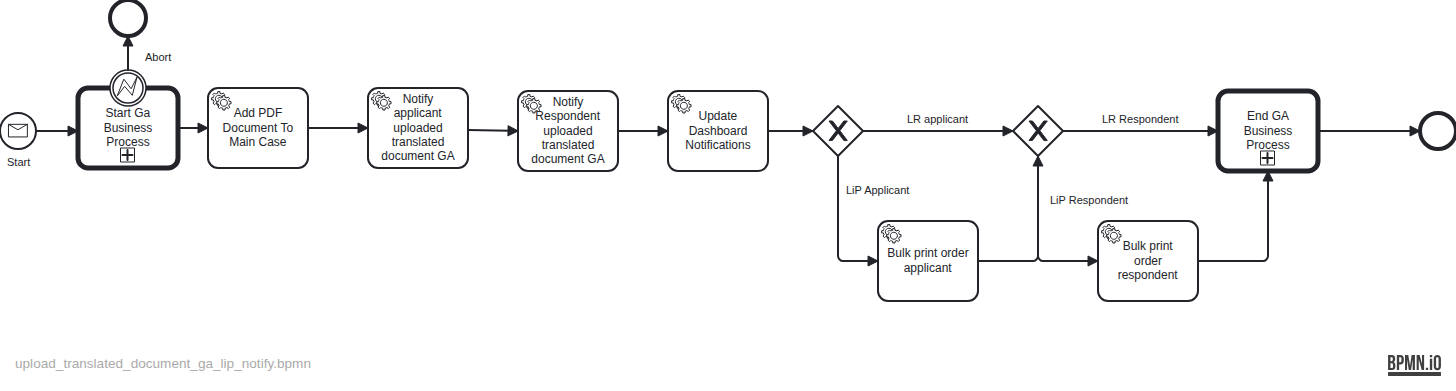
hmcts/civil-service keeps this BPMN diagram as docs/bpmn-diagrams/upload_translated_document_ga_lip_notify.png. Above is the earlier version. Its source is kept beside it as src/main/resources/camunda/upload_translated_document_ga_lip_notify.bpmn. Ids are renumbered.
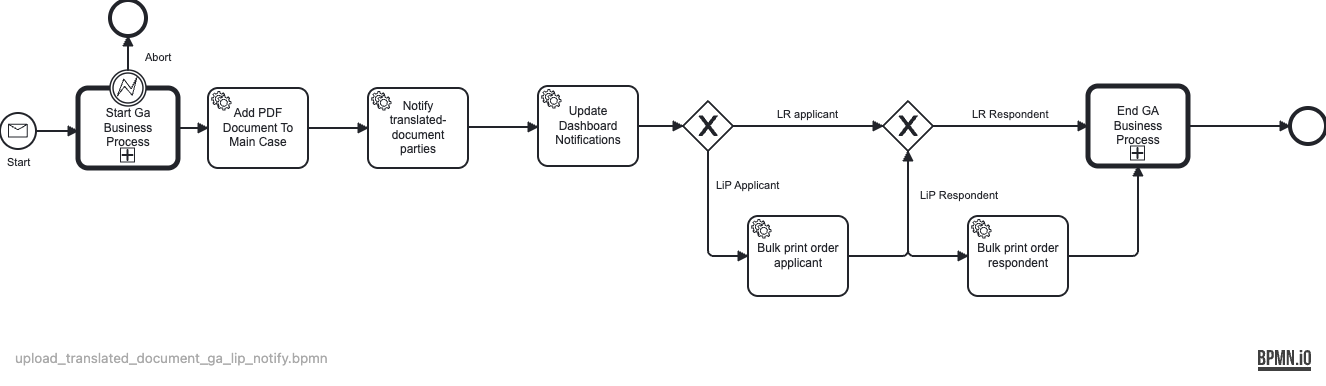
Later version of the same file.

Commit message:
Translated-document notifications

Diff of the diagram source:
```diff
@@ -1,4 +1,4 @@
-<bpmn:definitions xmlns:bpmn="http://www.omg.org/spec/BPMN/20100524/MODEL" xmlns:bpmndi="http://www.omg.org/spec/BPMN/20100524/DI" xmlns:dc="http://www.omg.org/spec/DD/20100524/DC" xmlns:camunda="http://camunda.org/schema/1.0/bpmn" xmlns:di="http://www.omg.org/spec/DD/20100524/DI" xmlns:xsi="http://www.w3.org/2001/XMLSchema-instance" id="Definitions_n1" targetNamespace="http://bpmn.io/schema/bpmn" exporter="Camunda Modeler" exporterVersion="5.41.0">
+<bpmn:definitions xmlns:bpmn="http://www.omg.org/spec/BPMN/20100524/MODEL" xmlns:bpmndi="http://www.omg.org/spec/BPMN/20100524/DI" xmlns:dc="http://www.omg.org/spec/DD/20100524/DC" xmlns:camunda="http://camunda.org/schema/1.0/bpmn" xmlns:di="http://www.omg.org/spec/DD/20100524/DI" xmlns:xsi="http://www.w3.org/2001/XMLSchema-instance" id="Definitions_n1" targetNamespace="http://bpmn.io/schema/bpmn" exporter="Camunda Modeler" exporterVersion="5.35.0">
   <bpmn:process id="UPLOAD_TRANSLATED_DOCUMENT_GA_LIP_ID" name="Upload translated document GA Lip" isExecutable="true" camunda:historyTimeToLive="P90D">
     <bpmn:startEvent id="StartEvent_1" name="Start">
       <bpmn:outgoing>Flow_n2</bpmn:outgoing>
@@ -32,23 +32,14 @@
     </bpmn:boundaryEvent>
     <bpmn:sequenceFlow id="Flow_n13" sourceRef="Event_n14" targetRef="Event_n12" />
     <bpmn:sequenceFlow id="Flow_n2" sourceRef="StartEvent_1" targetRef="Activity_n10" />
-    <bpmn:serviceTask id="NotifyTranslatedDocumentUploadedToRespondentGA" name="Notify Respondent uploaded translated document GA" camunda:type="external" camunda:topic="processExternalCaseEventGASpec">
+    <bpmn:serviceTask id="NotifyGaTranslatedDocumentUploaded" name="Notify translated-document parties" camunda:type="external" camunda:topic="processExternalCaseEventGASpec">
       <bpmn:extensionElements>
         <camunda:inputOutput>
-          <camunda:inputParameter name="caseEvent">NOTIFY_RESPONDENT_TRANSLATED_DOCUMENT_UPLOADED_GA</camunda:inputParameter>
-        </camunda:inputOutput>
-      </bpmn:extensionElements>
-      <bpmn:incoming>Flow_n16</bpmn:incoming>
-      <bpmn:outgoing>Flow_n17</bpmn:outgoing>
-    </bpmn:serviceTask>
-    <bpmn:serviceTask id="NotifyTranslatedDocumentUploadedToApplicantGA" name="Notify applicant uploaded translated document GA" camunda:type="external" camunda:topic="processExternalCaseEventGASpec">
-      <bpmn:extensionElements>
-        <camunda:inputOutput>
-          <camunda:inputParameter name="caseEvent">NOTIFY_APPLICANT_TRANSLATED_DOCUMENT_UPLOADED_GA</camunda:inputParameter>
+          <camunda:inputParameter name="caseEvent">NOTIFY_EVENT</camunda:inputParameter>
         </camunda:inputOutput>
       </bpmn:extensionElements>
       <bpmn:incoming>Flow_n18</bpmn:incoming>
-      <bpmn:outgoing>Flow_n16</bpmn:outgoing>
+      <bpmn:outgoing>Flow_n17</bpmn:outgoing>
     </bpmn:serviceTask>
     <bpmn:sequenceFlow id="Flow_n6" sourceRef="Activity_n7" targetRef="Event_n5" />
     <bpmn:serviceTask id="GenerateDashboardNotificationsGaTranslatedDocument" name="Update Dashboard Notifications" camunda:type="external" camunda:topic="gaDashboardNotifications">
@@ -70,10 +61,9 @@
       <bpmn:outgoing>Flow_n18</bpmn:outgoing>
     </bpmn:serviceTask>
     <bpmn:sequenceFlow id="Flow_n11" sourceRef="Activity_n10" targetRef="AddDocumentsToMainCaseID" />
-    <bpmn:sequenceFlow id="Flow_n18" sourceRef="AddDocumentsToMainCaseID" targetRef="NotifyTranslatedDocumentUploadedToApplicantGA" />
+    <bpmn:sequenceFlow id="Flow_n18" sourceRef="AddDocumentsToMainCaseID" targetRef="NotifyGaTranslatedDocumentUploaded" />
     <bpmn:sequenceFlow id="Flow_n19" sourceRef="GenerateDashboardNotificationsGaTranslatedDocument" targetRef="Gateway_n20" />
-    <bpmn:sequenceFlow id="Flow_n17" sourceRef="NotifyTranslatedDocumentUploadedToRespondentGA" targetRef="GenerateDashboardNotificationsGaTranslatedDocument" />
-    <bpmn:sequenceFlow id="Flow_n16" sourceRef="NotifyTranslatedDocumentUploadedToApplicantGA" targetRef="NotifyTranslatedDocumentUploadedToRespondentGA" />
+    <bpmn:sequenceFlow id="Flow_n17" sourceRef="NotifyGaTranslatedDocumentUploaded" targetRef="GenerateDashboardNotificationsGaTranslatedDocument" />
     <bpmn:exclusiveGateway id="Gateway_n20">
       <bpmn:incoming>Flow_n19</bpmn:incoming>
       <bpmn:outgoing>Flow_n21</bpmn:outgoing>
@@ -134,41 +124,37 @@
       <bpmndi:BPMNShape id="Event_n12_di" bpmnElement="Event_n12">
         <dc:Bounds x="262" y="79" width="36" height="36" />
       </bpmndi:BPMNShape>
-      <bpmndi:BPMNShape id="Activity_15wxp1o_di" bpmnElement="NotifyTranslatedDocumentUploadedToRespondentGA">
-        <dc:Bounds x="670" y="170" width="100" height="80" />
-        <bpmndi:BPMNLabel />
-      </bpmndi:BPMNShape>
-      <bpmndi:BPMNShape id="Activity_1up0lu9_di" bpmnElement="NotifyTranslatedDocumentUploadedToApplicantGA">
+      <bpmndi:BPMNShape id="Activity_1up0lu9_di" bpmnElement="NotifyGaTranslatedDocumentUploaded">
         <dc:Bounds x="520" y="167" width="100" height="80" />
-        <bpmndi:BPMNLabel />
-      </bpmndi:BPMNShape>
-      <bpmndi:BPMNShape id="Activity_0fr8sra_di" bpmnElement="GenerateDashboardNotificationsGaTranslatedDocument">
-        <dc:Bounds x="820" y="170" width="100" height="80" />
         <bpmndi:BPMNLabel />
       </bpmndi:BPMNShape>
       <bpmndi:BPMNShape id="BPMNShape_n27" bpmnElement="AddDocumentsToMainCaseID">
         <dc:Bounds x="360" y="167" width="100" height="80" />
       </bpmndi:BPMNShape>
       <bpmndi:BPMNShape id="Event_n5_di" bpmnElement="Event_n5">
-        <dc:Bounds x="1572" y="192" width="36" height="36" />
+        <dc:Bounds x="1442" y="187" width="36" height="36" />
       </bpmndi:BPMNShape>
       <bpmndi:BPMNShape id="Activity_14sbez9_di" bpmnElement="Activity_n7">
-        <dc:Bounds x="1370" y="170" width="100" height="80" />
+        <dc:Bounds x="1240" y="165" width="100" height="80" />
+        <bpmndi:BPMNLabel />
+      </bpmndi:BPMNShape>
+      <bpmndi:BPMNShape id="Activity_0fr8sra_di" bpmnElement="GenerateDashboardNotificationsGaTranslatedDocument">
+        <dc:Bounds x="690" y="165" width="100" height="80" />
+        <bpmndi:BPMNLabel />
+      </bpmndi:BPMNShape>
+      <bpmndi:BPMNShape id="Gateway_n20_di" bpmnElement="Gateway_n20" isMarkerVisible="true">
+        <dc:Bounds x="835" y="180" width="50" height="50" />
+      </bpmndi:BPMNShape>
+      <bpmndi:BPMNShape id="Activity_1gjfcvf_di" bpmnElement="BulkPrintOrderApplicant">
+        <dc:Bounds x="900" y="295" width="100" height="80" />
         <bpmndi:BPMNLabel />
       </bpmndi:BPMNShape>
       <bpmndi:BPMNShape id="Activity_0pwnstm_di" bpmnElement="BulkPrintOrderRespondent">
-        <dc:Bounds x="1250" y="300" width="100" height="80" />
+        <dc:Bounds x="1120" y="295" width="100" height="80" />
         <bpmndi:BPMNLabel />
       </bpmndi:BPMNShape>
       <bpmndi:BPMNShape id="Gateway_n23_di" bpmnElement="Gateway_n23" isMarkerVisible="true">
-        <dc:Bounds x="1165" y="185" width="50" height="50" />
-      </bpmndi:BPMNShape>
-      <bpmndi:BPMNShape id="Activity_1gjfcvf_di" bpmnElement="BulkPrintOrderApplicant">
-        <dc:Bounds x="1030" y="300" width="100" height="80" />
-        <bpmndi:BPMNLabel />
-      </bpmndi:BPMNShape>
-      <bpmndi:BPMNShape id="Gateway_n20_di" bpmnElement="Gateway_n20" isMarkerVisible="true">
-        <dc:Bounds x="965" y="185" width="50" height="50" />
+        <dc:Bounds x="1035" y="180" width="50" height="50" />
       </bpmndi:BPMNShape>
       <bpmndi:BPMNShape id="Event_n14_di" bpmnElement="Event_n14">
         <dc:Bounds x="262" y="149" width="36" height="36" />
@@ -192,60 +178,56 @@
         <di:waypoint x="460" y="207" />
         <di:waypoint x="520" y="207" />
       </bpmndi:BPMNEdge>
-      <bpmndi:BPMNEdge id="Flow_n19_di" bpmnElement="Flow_n19">
-        <di:waypoint x="920" y="210" />
-        <di:waypoint x="965" y="210" />
-      </bpmndi:BPMNEdge>
       <bpmndi:BPMNEdge id="Flow_n17_di" bpmnElement="Flow_n17">
-        <di:waypoint x="770" y="210" />
-        <di:waypoint x="820" y="210" />
-      </bpmndi:BPMNEdge>
-      <bpmndi:BPMNEdge id="Flow_n16_di" bpmnElement="Flow_n16">
-        <di:waypoint x="620" y="209" />
-        <di:waypoint x="670" y="210" />
+        <di:waypoint x="620" y="206" />
+        <di:waypoint x="690" y="206" />
       </bpmndi:BPMNEdge>
       <bpmndi:BPMNEdge id="Flow_n6_di" bpmnElement="Flow_n6">
-        <di:waypoint x="1470" y="210" />
-        <di:waypoint x="1572" y="210" />
+        <di:waypoint x="1340" y="205" />
+        <di:waypoint x="1442" y="205" />
       </bpmndi:BPMNEdge>
       <bpmndi:BPMNEdge id="Flow_n8_di" bpmnElement="Flow_n8">
-        <di:waypoint x="1350" y="340" />
-        <di:waypoint x="1420" y="340" />
-        <di:waypoint x="1420" y="250" />
+        <di:waypoint x="1220" y="335" />
+        <di:waypoint x="1290" y="335" />
+        <di:waypoint x="1290" y="245" />
       </bpmndi:BPMNEdge>
       <bpmndi:BPMNEdge id="Flow_n9_di" bpmnElement="Flow_n9">
-        <di:waypoint x="1215" y="210" />
-        <di:waypoint x="1370" y="210" />
+        <di:waypoint x="1085" y="205" />
+        <di:waypoint x="1240" y="205" />
         <bpmndi:BPMNLabel>
-          <dc:Bounds x="1254" y="192" width="77" height="14" />
+          <dc:Bounds x="1124" y="187" width="77" height="14" />
         </bpmndi:BPMNLabel>
       </bpmndi:BPMNEdge>
-      <bpmndi:BPMNEdge id="Flow_n25_di" bpmnElement="Flow_n25">
-        <di:waypoint x="1190" y="235" />
-        <di:waypoint x="1190" y="340" />
-        <di:waypoint x="1250" y="340" />
+      <bpmndi:BPMNEdge id="Flow_n19_di" bpmnElement="Flow_n19">
+        <di:waypoint x="790" y="205" />
+        <di:waypoint x="835" y="205" />
+      </bpmndi:BPMNEdge>
+      <bpmndi:BPMNEdge id="Flow_n21_di" bpmnElement="Flow_n21">
+        <di:waypoint x="885" y="205" />
+        <di:waypoint x="1035" y="205" />
         <bpmndi:BPMNLabel>
-          <dc:Bounds x="1202" y="273" width="79" height="14" />
+          <dc:Bounds x="929" y="187" width="62" height="14" />
         </bpmndi:BPMNLabel>
       </bpmndi:BPMNEdge>
-      <bpmndi:BPMNEdge id="Flow_n21_di" bpmnElement="Flow_n21">
-        <di:waypoint x="1015" y="210" />
-        <di:waypoint x="1165" y="210" />
+      <bpmndi:BPMNEdge id="Flow_n22_di" bpmnElement="Flow_n22">
+        <di:waypoint x="860" y="230" />
+        <di:waypoint x="860" y="335" />
+        <di:waypoint x="900" y="335" />
         <bpmndi:BPMNLabel>
-          <dc:Bounds x="1059" y="192" width="62" height="14" />
+          <dc:Bounds x="868" y="258" width="64" height="14" />
         </bpmndi:BPMNLabel>
       </bpmndi:BPMNEdge>
       <bpmndi:BPMNEdge id="Flow_n24_di" bpmnElement="Flow_n24">
-        <di:waypoint x="1130" y="340" />
-        <di:waypoint x="1190" y="340" />
-        <di:waypoint x="1190" y="235" />
+        <di:waypoint x="1000" y="335" />
+        <di:waypoint x="1060" y="335" />
+        <di:waypoint x="1060" y="230" />
       </bpmndi:BPMNEdge>
-      <bpmndi:BPMNEdge id="Flow_n22_di" bpmnElement="Flow_n22">
-        <di:waypoint x="990" y="235" />
-        <di:waypoint x="990" y="340" />
-        <di:waypoint x="1030" y="340" />
+      <bpmndi:BPMNEdge id="Flow_n25_di" bpmnElement="Flow_n25">
+        <di:waypoint x="1060" y="230" />
+        <di:waypoint x="1060" y="335" />
+        <di:waypoint x="1120" y="335" />
         <bpmndi:BPMNLabel>
-          <dc:Bounds x="998" y="263" width="64" height="14" />
+          <dc:Bounds x="1072" y="268" width="79" height="14" />
         </bpmndi:BPMNLabel>
       </bpmndi:BPMNEdge>
     </bpmndi:BPMNPlane>
```
